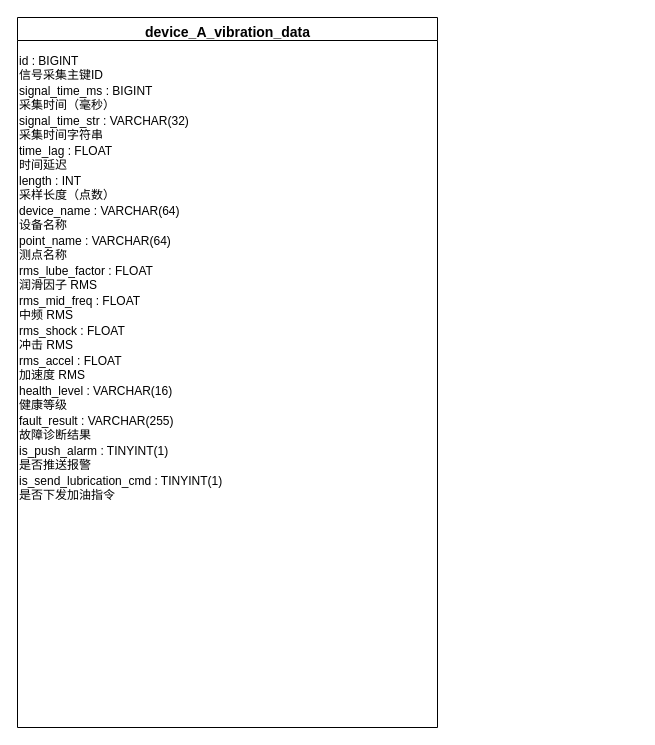
Before: 振动异常数据库.drawio in 729973389/picture, a draw.io diagram. Source tidied: cells renumbered, new cells numbered last; positions are measured from the earlier drawing's top-left corner, leaving out a move shared by most shapes. Both pictures are drawn from the tidied source at 100%, with x=0, y=0 at pixel (17, 17).
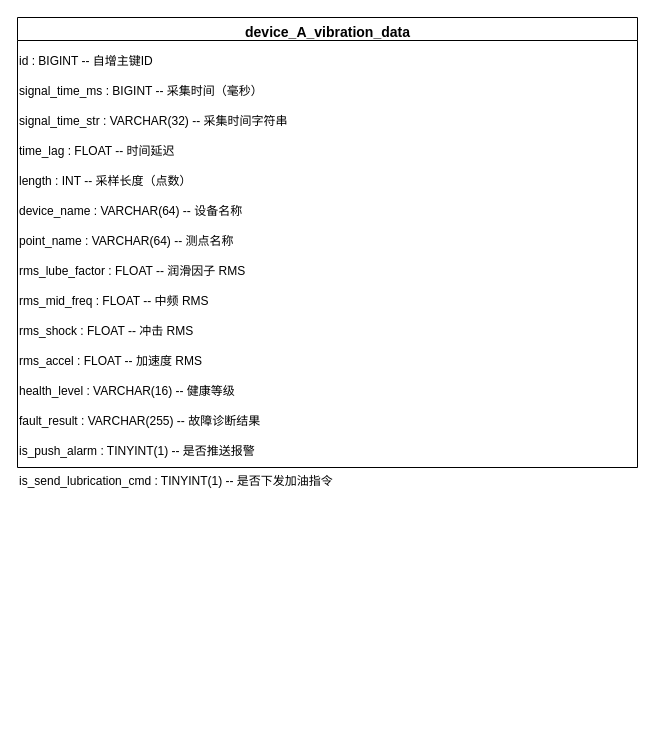
After the change.

Commit message (it also covers changes not shown here):
Update 振动异常数据库.drawio

Diff of the diagram source:
```diff
@@
 <mxGraphModel>
   <root>
     <mxCell id="0" />
     <mxCell id="1" parent="0" />
     <mxCell id="2" style="swimlane;" parent="1" vertex="1">
-      <mxGeometry width="420" height="710" as="geometry" />
+      <mxGeometry width="620" height="450" as="geometry" />
     </mxCell>
     <mxCell id="3" value="device_A_vibration_data" style="text;html=1;align=center;verticalAlign=middle;fontSize=14;fontStyle=1;" parent="2" vertex="1">
-      <mxGeometry width="420" height="30" as="geometry" />
+      <mxGeometry width="620" height="30" as="geometry" />
     </mxCell>
-    <mxCell id="4" value="id : BIGINT&#10;信号采集主键ID" style="text;" parent="2" vertex="1">
-      <mxGeometry y="30" width="420" height="30" as="geometry" />
+    <mxCell id="4" value="id : BIGINT  --  自增主键ID" style="text;" parent="2" vertex="1">
+      <mxGeometry y="30" width="620" height="30" as="geometry" />
     </mxCell>
-    <mxCell id="5" value="signal_time_ms : BIGINT&#10;采集时间（毫秒）" style="text;" parent="2" vertex="1">
-      <mxGeometry y="60" width="420" height="30" as="geometry" />
+    <mxCell id="5" value="signal_time_ms : BIGINT  --  采集时间（毫秒）" style="text;" parent="2" vertex="1">
+      <mxGeometry y="60" width="620" height="30" as="geometry" />
     </mxCell>
-    <mxCell id="6" value="signal_time_str : VARCHAR(32)&#10;采集时间字符串" style="text;" parent="2" vertex="1">
-      <mxGeometry y="90" width="420" height="30" as="geometry" />
+    <mxCell id="6" value="signal_time_str : VARCHAR(32)  --  采集时间字符串" style="text;" parent="2" vertex="1">
+      <mxGeometry y="90" width="620" height="30" as="geometry" />
     </mxCell>
-    <mxCell id="7" value="time_lag : FLOAT&#10;时间延迟" style="text;" parent="2" vertex="1">
-      <mxGeometry y="120" width="420" height="30" as="geometry" />
+    <mxCell id="7" value="time_lag : FLOAT  --  时间延迟" style="text;" parent="2" vertex="1">
+      <mxGeometry y="120" width="620" height="30" as="geometry" />
     </mxCell>
-    <mxCell id="8" value="length : INT&#10;采样长度（点数）" style="text;" parent="2" vertex="1">
-      <mxGeometry y="150" width="420" height="30" as="geometry" />
+    <mxCell id="8" value="length : INT  --  采样长度（点数）" style="text;" parent="2" vertex="1">
+      <mxGeometry y="150" width="620" height="30" as="geometry" />
     </mxCell>
-    <mxCell id="9" value="device_name : VARCHAR(64)&#10;设备名称" style="text;" parent="2" vertex="1">
-      <mxGeometry y="180" width="420" height="30" as="geometry" />
+    <mxCell id="9" value="device_name : VARCHAR(64)  --  设备名称" style="text;" parent="2" vertex="1">
+      <mxGeometry y="180" width="620" height="30" as="geometry" />
     </mxCell>
-    <mxCell id="10" value="point_name : VARCHAR(64)&#10;测点名称" style="text;" parent="2" vertex="1">
-      <mxGeometry y="210" width="420" height="30" as="geometry" />
+    <mxCell id="10" value="point_name : VARCHAR(64)  --  测点名称" style="text;" parent="2" vertex="1">
+      <mxGeometry y="210" width="620" height="30" as="geometry" />
     </mxCell>
-    <mxCell id="11" value="rms_lube_factor : FLOAT&#10;润滑因子 RMS" style="text;" parent="2" vertex="1">
-      <mxGeometry y="240" width="420" height="30" as="geometry" />
+    <mxCell id="11" value="rms_lube_factor : FLOAT  --  润滑因子 RMS" style="text;" parent="2" vertex="1">
+      <mxGeometry y="240" width="620" height="30" as="geometry" />
     </mxCell>
-    <mxCell id="12" value="rms_mid_freq : FLOAT&#10;中频 RMS" style="text;" parent="2" vertex="1">
-      <mxGeometry y="270" width="420" height="30" as="geometry" />
+    <mxCell id="12" value="rms_mid_freq : FLOAT  --  中频 RMS" style="text;" parent="2" vertex="1">
+      <mxGeometry y="270" width="620" height="30" as="geometry" />
     </mxCell>
-    <mxCell id="13" value="rms_shock : FLOAT&#10;冲击 RMS" style="text;" parent="2" vertex="1">
-      <mxGeometry y="300" width="420" height="30" as="geometry" />
+    <mxCell id="13" value="rms_shock : FLOAT  --  冲击 RMS" style="text;" parent="2" vertex="1">
+      <mxGeometry y="300" width="620" height="30" as="geometry" />
     </mxCell>
-    <mxCell id="14" value="rms_accel : FLOAT&#10;加速度 RMS" style="text;" parent="2" vertex="1">
-      <mxGeometry y="330" width="420" height="30" as="geometry" />
+    <mxCell id="14" value="rms_accel : FLOAT  --  加速度 RMS" style="text;" parent="2" vertex="1">
+      <mxGeometry y="330" width="620" height="30" as="geometry" />
     </mxCell>
-    <mxCell id="15" value="health_level : VARCHAR(16)&#10;健康等级" style="text;" parent="2" vertex="1">
-      <mxGeometry y="360" width="420" height="30" as="geometry" />
+    <mxCell id="15" value="health_level : VARCHAR(16)  --  健康等级" style="text;" parent="2" vertex="1">
+      <mxGeometry y="360" width="620" height="30" as="geometry" />
     </mxCell>
-    <mxCell id="16" value="fault_result : VARCHAR(255)&#10;故障诊断结果" style="text;" parent="2" vertex="1">
-      <mxGeometry y="390" width="420" height="30" as="geometry" />
+    <mxCell id="16" value="fault_result : VARCHAR(255)  --  故障诊断结果" style="text;" parent="2" vertex="1">
+      <mxGeometry y="390" width="620" height="30" as="geometry" />
     </mxCell>
-    <mxCell id="17" value="is_push_alarm : TINYINT(1)&#10;是否推送报警" style="text;" parent="2" vertex="1">
-      <mxGeometry y="420" width="420" height="30" as="geometry" />
+    <mxCell id="17" value="is_push_alarm : TINYINT(1)  --  是否推送报警" style="text;" parent="2" vertex="1">
+      <mxGeometry y="420" width="620" height="30" as="geometry" />
     </mxCell>
-    <mxCell id="18" value="is_send_lubrication_cmd : TINYINT(1)&#10;是否下发加油指令" style="text;" parent="2" vertex="1">
-      <mxGeometry y="450" width="420" height="30" as="geometry" />
+    <mxCell id="18" value="is_send_lubrication_cmd : TINYINT(1)  --  是否下发加油指令" style="text;" parent="2" vertex="1">
+      <mxGeometry y="450" width="620" height="30" as="geometry" />
     </mxCell>
   </root>
 </mxGraphModel>
```
